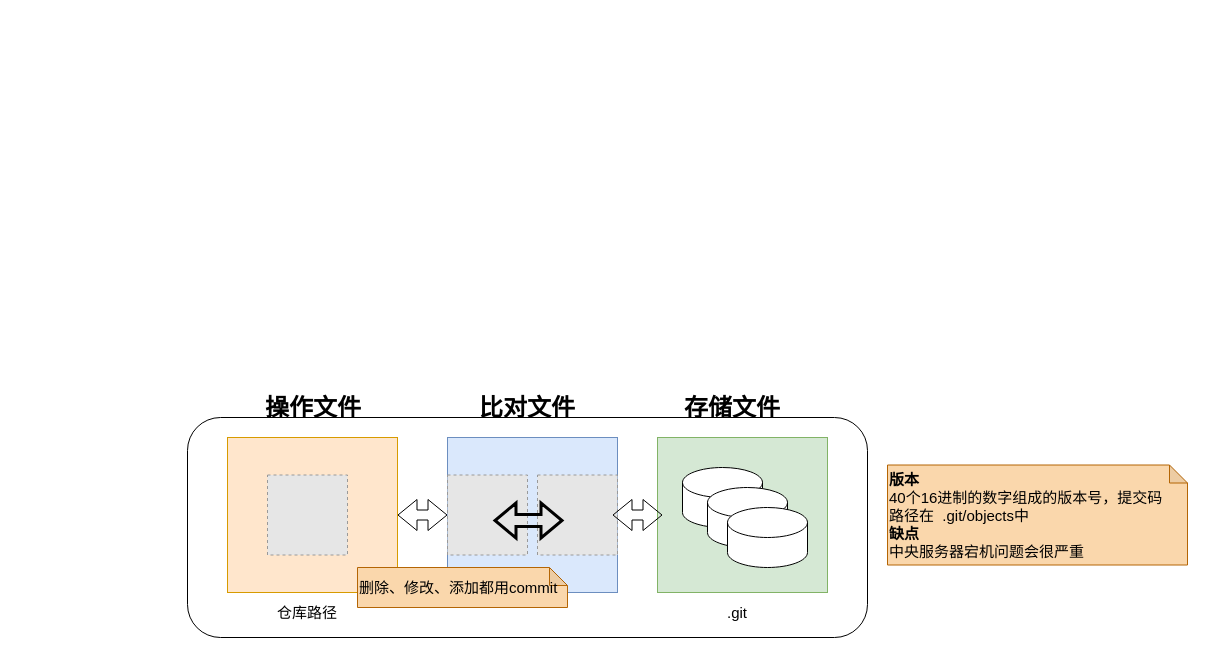
Before: page "Git的工作方式" (3 of 6) of Git/Git.drawio in slight-leaves/git01, a draw.io diagram. Source tidied: cells renumbered, new cells numbered last; positions are measured from the earlier drawing's top-left corner, leaving out a move shared by most shapes. Both pictures are drawn from the tidied source at 100%, with x=0, y=0 at pixel (187, 387). Pictures stored in the file or linked from it are replaced by grey dashed boxes.
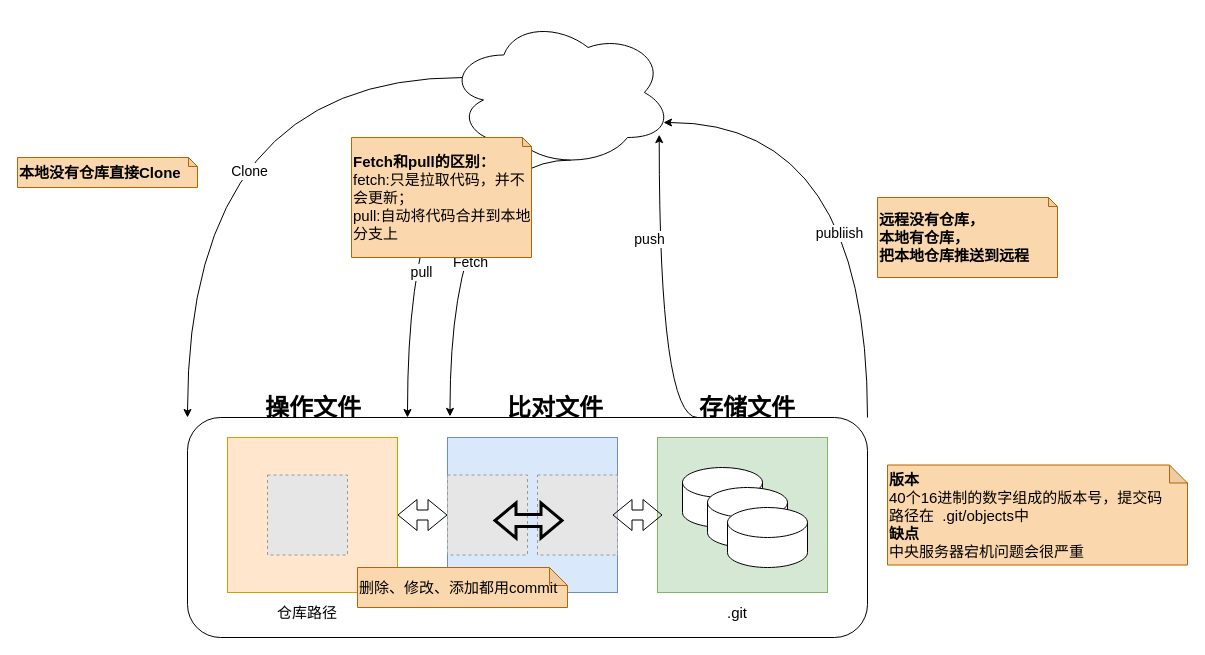
The same diagram, later.

The change refers to these unchanged cells:
```xml
<mxCell id="2" style="rounded=1;whiteSpace=wrap;html=1;fontSize=15;" parent="1" vertex="1">
  <mxGeometry y="30" width="680" height="220" as="geometry" />
</mxCell>
```

Diff of the diagram source:
```diff
@@
+    <mxCell id="22" style="edgeStyle=orthogonalEdgeStyle;curved=1;rounded=0;jettySize=auto;html=1;exitX=1;exitY=0;exitDx=0;exitDy=0;entryX=0.96;entryY=0.7;entryDx=0;entryDy=0;entryPerimeter=0;labelBackgroundColor=#000000;fontSize=14;strokeColor=#000000;strokeWidth=1;elbow=vertical;" parent="1" edge="1" source="2" target="32">
+      <mxGeometry relative="1" as="geometry">
+        <Array as="points">
+          <mxPoint x="680" y="-265" />
+        </Array>
+      </mxGeometry>
+    </mxCell>
+    <mxCell id="23" value="publiish" style="edgeLabel;html=1;align=center;verticalAlign=middle;fontSize=14;" parent="22" vertex="1">
+      <mxGeometry x="-0.26" y="29" relative="1" as="geometry" />
+    </mxCell>
+    <mxCell id="24" style="edgeStyle=orthogonalEdgeStyle;curved=1;rounded=0;jettySize=auto;html=1;exitX=0.75;exitY=0;exitDx=0;exitDy=0;entryX=0.941;entryY=0.781;entryDx=0;entryDy=0;entryPerimeter=0;labelBackgroundColor=#000000;fontSize=14;strokeColor=#000000;strokeWidth=1;elbow=vertical;" parent="1" edge="1" source="2" target="32">
+      <mxGeometry relative="1" as="geometry">
+        <Array as="points">
+          <mxPoint x="472" y="30" />
+        </Array>
+      </mxGeometry>
+    </mxCell>
+    <mxCell id="25" value="push" style="edgeLabel;html=1;align=center;verticalAlign=middle;fontSize=14;" parent="24" vertex="1">
+      <mxGeometry x="0.35" y="10" relative="1" as="geometry" />
+    </mxCell>
@@
     <mxCell id="9" value="&lt;div style=&quot;text-align: center;&quot;&gt;&lt;span style=&quot;background-color: initial; font-size: 24px;&quot;&gt;&lt;b&gt;比对文件&lt;/b&gt;&lt;/span&gt;&lt;/div&gt;" style="text;whiteSpace=wrap;html=1;fontSize=15;" parent="1" vertex="1">
-      <mxGeometry x="290" width="110" height="50" as="geometry" />
+      <mxGeometry x="317.5" width="110" height="50" as="geometry" />
     </mxCell>
     <mxCell id="10" value="&lt;div style=&quot;text-align: center;&quot;&gt;&lt;span style=&quot;background-color: initial; font-size: 24px;&quot;&gt;&lt;b&gt;存储文件&lt;/b&gt;&lt;/span&gt;&lt;/div&gt;" style="text;whiteSpace=wrap;html=1;fontSize=15;" parent="1" vertex="1">
-      <mxGeometry x="495" width="110" height="50" as="geometry" />
+      <mxGeometry x="510" width="110" height="50" as="geometry" />
     </mxCell>
@@
+    <mxCell id="26" style="edgeStyle=orthogonalEdgeStyle;rounded=0;jettySize=auto;html=1;exitX=0.07;exitY=0.4;exitDx=0;exitDy=0;exitPerimeter=0;labelBackgroundColor=#000000;fontSize=14;strokeColor=#000000;strokeWidth=1;elbow=vertical;curved=1;" parent="1" edge="1" source="32" target="2">
+      <mxGeometry relative="1" as="geometry">
+        <Array as="points">
+          <mxPoint y="-310" />
+        </Array>
+      </mxGeometry>
+    </mxCell>
+    <mxCell id="27" value="Clone" style="edgeLabel;html=1;align=center;verticalAlign=middle;fontSize=14;" parent="26" vertex="1">
+      <mxGeometry x="0.2" y="61" relative="1" as="geometry" />
+    </mxCell>
+    <mxCell id="28" style="edgeStyle=orthogonalEdgeStyle;curved=1;rounded=0;jettySize=auto;html=1;exitX=0.31;exitY=0.8;exitDx=0;exitDy=0;exitPerimeter=0;labelBackgroundColor=#000000;fontSize=14;strokeColor=#000000;strokeWidth=1;elbow=vertical;" parent="1" edge="1" source="32" target="2">
+      <mxGeometry relative="1" as="geometry">
+        <Array as="points">
+          <mxPoint x="220" y="-250" />
+        </Array>
+      </mxGeometry>
+    </mxCell>
+    <mxCell id="29" value="pull" style="edgeLabel;html=1;align=center;verticalAlign=middle;fontSize=14;" parent="28" vertex="1">
+      <mxGeometry x="0.25" y="13" relative="1" as="geometry" />
+    </mxCell>
+    <mxCell id="30" style="edgeStyle=orthogonalEdgeStyle;curved=1;rounded=0;jettySize=auto;html=1;exitX=0.55;exitY=0.95;exitDx=0;exitDy=0;exitPerimeter=0;entryX=0.386;entryY=-0.005;entryDx=0;entryDy=0;entryPerimeter=0;labelBackgroundColor=#000000;fontSize=14;strokeColor=#000000;strokeWidth=1;elbow=vertical;" parent="1" edge="1" source="32" target="2">
+      <mxGeometry relative="1" as="geometry">
+        <Array as="points">
+          <mxPoint x="262" y="-227" />
+        </Array>
+      </mxGeometry>
+    </mxCell>
+    <mxCell id="31" value="Fetch" style="edgeLabel;html=1;align=center;verticalAlign=middle;fontSize=14;" parent="30" vertex="1">
+      <mxGeometry x="0.18" y="20" relative="1" as="geometry" />
+    </mxCell>
+    <mxCell id="32" style="ellipse;shape=cloud;whiteSpace=wrap;html=1;labelBackgroundColor=none;fontSize=14;" parent="1" vertex="1">
+      <mxGeometry x="260" y="-370" width="225" height="150" as="geometry" />
+    </mxCell>
+    <mxCell id="33" value="&lt;font style=&quot;font-size: 15px;&quot;&gt;&lt;b&gt;本地没有仓库直接Clone&lt;/b&gt;&lt;br&gt;&lt;/font&gt;" style="shape=note;whiteSpace=wrap;html=1;backgroundOutline=1;darkOpacity=0.05;fontSize=11;fillColor=#fad7ac;strokeColor=#b46504;align=left;size=9;" parent="1" vertex="1">
+      <mxGeometry x="-170" y="-230" width="180" height="30" as="geometry" />
+    </mxCell>
+    <mxCell id="34" value="&lt;font style=&quot;font-size: 15px;&quot;&gt;&lt;b&gt;远程没有仓库，&lt;br&gt;本地有仓库，&lt;br&gt;把本地仓库推送到远程&lt;/b&gt;&lt;br&gt;&lt;/font&gt;" style="shape=note;whiteSpace=wrap;html=1;backgroundOutline=1;darkOpacity=0.05;fontSize=11;fillColor=#fad7ac;strokeColor=#b46504;align=left;size=9;" parent="1" vertex="1">
+      <mxGeometry x="690" y="-190" width="180" height="80" as="geometry" />
+    </mxCell>
+    <mxCell id="35" value="&lt;font style=&quot;font-size: 15px;&quot;&gt;&lt;b&gt;Fetch和pull的区别：&lt;br&gt;&lt;/b&gt;fetch:只是拉取代码，并不会更新；&lt;br&gt;pull:自动将代码合并到本地分支上&lt;br&gt;&lt;/font&gt;" style="shape=note;whiteSpace=wrap;html=1;backgroundOutline=1;darkOpacity=0.05;fontSize=11;fillColor=#fad7ac;strokeColor=#b46504;align=left;size=9;" parent="1" vertex="1">
+      <mxGeometry x="164" y="-250" width="180" height="120" as="geometry" />
+    </mxCell>
```
